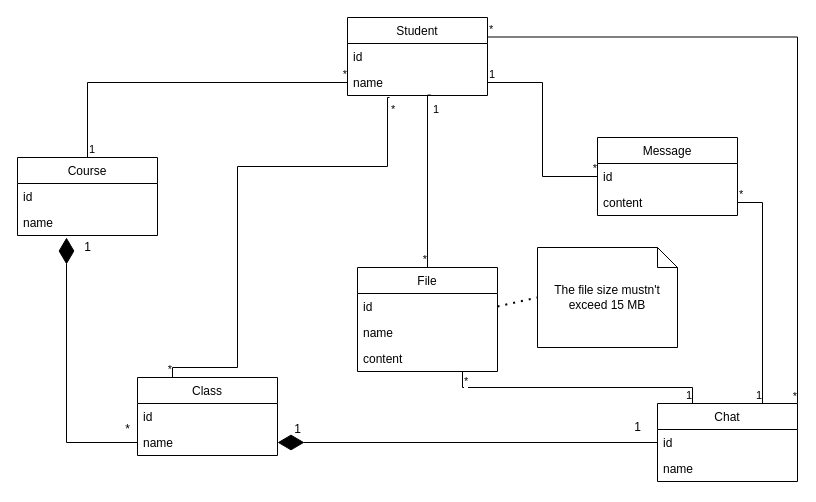
Earlier version of the draw.io diagram img/drafts/DomainModel.drawio (afs202005277/UniChat). Source tidied: cells renumbered, new cells numbered last; positions are measured from the earlier drawing's top-left corner, leaving out a move shared by most shapes. Both pictures are drawn from the tidied source at 100%, with x=0, y=0 at pixel (17, 17).
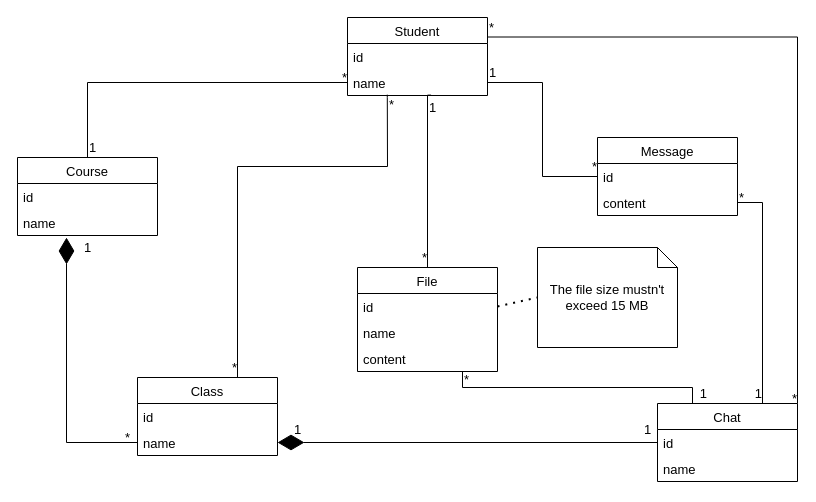
Above is the later version.

What changed in the source:
```diff
@@
-    <mxCell id="2" value="Student" style="swimlane;fontStyle=0;horizontal=1;startSize=26;fillColor=none;" parent="1" vertex="1">
+    <mxCell id="2" value="Student" style="swimlane;fontStyle=0;horizontal=1;startSize=26;fillColor=none;fontSize=13;" parent="1" vertex="1">
       <mxGeometry x="330" width="140" height="78" as="geometry" />
     </mxCell>
-    <mxCell id="3" value="id" style="text;strokeColor=none;fillColor=none;align=left;verticalAlign=top;spacingLeft=4;spacingRight=4;overflow=hidden;" parent="2" vertex="1">
+    <mxCell id="3" value="id" style="text;strokeColor=none;fillColor=none;align=left;verticalAlign=top;spacingLeft=4;spacingRight=4;overflow=hidden;fontSize=13;" parent="2" vertex="1">
       <mxGeometry y="26" width="140" height="26" as="geometry" />
     </mxCell>
-    <mxCell id="4" value="name" style="text;strokeColor=none;fillColor=none;align=left;verticalAlign=top;spacingLeft=4;spacingRight=4;overflow=hidden;points=[[0,0.5],[1,0.5]];portConstraint=eastwest;" parent="2" vertex="1">
+    <mxCell id="4" value="name" style="text;strokeColor=none;fillColor=none;align=left;verticalAlign=top;spacingLeft=4;spacingRight=4;overflow=hidden;points=[[0,0.5],[1,0.5]];portConstraint=eastwest;fontSize=13;" parent="2" vertex="1">
       <mxGeometry y="52" width="140" height="26" as="geometry" />
     </mxCell>
-    <mxCell id="5" value="Course" style="swimlane;fontStyle=0;horizontal=1;startSize=26;fillColor=none;" parent="1" vertex="1">
+    <mxCell id="5" value="Course" style="swimlane;fontStyle=0;horizontal=1;startSize=26;fillColor=none;fontSize=13;" parent="1" vertex="1">
       <mxGeometry y="140" width="140" height="78" as="geometry" />
     </mxCell>
-    <mxCell id="6" value="id" style="text;strokeColor=none;fillColor=none;align=left;verticalAlign=top;spacingLeft=4;spacingRight=4;overflow=hidden;" parent="5" vertex="1">
+    <mxCell id="6" value="id" style="text;strokeColor=none;fillColor=none;align=left;verticalAlign=top;spacingLeft=4;spacingRight=4;overflow=hidden;fontSize=13;" parent="5" vertex="1">
       <mxGeometry y="26" width="140" height="26" as="geometry" />
     </mxCell>
-    <mxCell id="7" value="name" style="text;strokeColor=none;fillColor=none;align=left;verticalAlign=top;spacingLeft=4;spacingRight=4;overflow=hidden;" parent="5" vertex="1">
+    <mxCell id="7" value="name" style="text;strokeColor=none;fillColor=none;align=left;verticalAlign=top;spacingLeft=4;spacingRight=4;overflow=hidden;fontSize=13;" parent="5" vertex="1">
       <mxGeometry y="52" width="140" height="26" as="geometry" />
     </mxCell>
-    <mxCell id="8" value="Class" style="swimlane;fontStyle=0;horizontal=1;startSize=26;fillColor=none;" parent="1" vertex="1">
+    <mxCell id="8" value="Class" style="swimlane;fontStyle=0;horizontal=1;startSize=26;fillColor=none;fontSize=13;" parent="1" vertex="1">
       <mxGeometry x="120" y="360" width="140" height="78" as="geometry" />
     </mxCell>
-    <mxCell id="9" value="id" style="text;strokeColor=none;fillColor=none;align=left;verticalAlign=top;spacingLeft=4;spacingRight=4;overflow=hidden;points=[[0,0.5],[1,0.5]];portConstraint=eastwest;" parent="8" vertex="1">
+    <mxCell id="9" value="id" style="text;strokeColor=none;fillColor=none;align=left;verticalAlign=top;spacingLeft=4;spacingRight=4;overflow=hidden;points=[[0,0.5],[1,0.5]];portConstraint=eastwest;fontSize=13;" parent="8" vertex="1">
       <mxGeometry y="26" width="140" height="26" as="geometry" />
     </mxCell>
-    <mxCell id="10" value="name" style="text;strokeColor=none;fillColor=none;align=left;verticalAlign=top;spacingLeft=4;spacingRight=4;overflow=hidden;points=[[0,0.5],[1,0.5]];portConstraint=eastwest;" parent="8" vertex="1">
+    <mxCell id="10" value="name" style="text;strokeColor=none;fillColor=none;align=left;verticalAlign=top;spacingLeft=4;spacingRight=4;overflow=hidden;points=[[0,0.5],[1,0.5]];portConstraint=eastwest;fontSize=13;" parent="8" vertex="1">
       <mxGeometry y="52" width="140" height="26" as="geometry" />
     </mxCell>
-    <mxCell id="11" value="Chat" style="swimlane;fontStyle=0;horizontal=1;startSize=26;fillColor=none;" parent="1" vertex="1">
+    <mxCell id="11" value="Chat" style="swimlane;fontStyle=0;horizontal=1;startSize=26;fillColor=none;fontSize=13;" parent="1" vertex="1">
       <mxGeometry x="640" y="386" width="140" height="78" as="geometry" />
     </mxCell>
-    <mxCell id="12" value="id" style="text;strokeColor=none;fillColor=none;align=left;verticalAlign=top;spacingLeft=4;spacingRight=4;overflow=hidden;points=[[0,0.5],[1,0.5]];portConstraint=eastwest;" parent="11" vertex="1">
+    <mxCell id="12" value="id" style="text;strokeColor=none;fillColor=none;align=left;verticalAlign=top;spacingLeft=4;spacingRight=4;overflow=hidden;points=[[0,0.5],[1,0.5]];portConstraint=eastwest;fontSize=13;" parent="11" vertex="1">
       <mxGeometry y="26" width="140" height="26" as="geometry" />
     </mxCell>
-    <mxCell id="13" value="name" style="text;strokeColor=none;fillColor=none;align=left;verticalAlign=top;spacingLeft=4;spacingRight=4;overflow=hidden;" parent="11" vertex="1">
+    <mxCell id="13" value="name" style="text;strokeColor=none;fillColor=none;align=left;verticalAlign=top;spacingLeft=4;spacingRight=4;overflow=hidden;fontSize=13;" parent="11" vertex="1">
       <mxGeometry y="52" width="140" height="26" as="geometry" />
     </mxCell>
-    <mxCell id="14" style="endArrow=none;html=1;edgeStyle=orthogonalEdgeStyle;rounded=0;entryX=0;entryY=0.5;entryDx=0;entryDy=0;exitX=0.5;exitY=0;exitDx=0;exitDy=0;" parent="1" edge="1" source="5" target="4">
+    <mxCell id="14" style="endArrow=none;html=1;edgeStyle=orthogonalEdgeStyle;rounded=0;entryX=0;entryY=0.5;entryDx=0;entryDy=0;exitX=0.5;exitY=0;exitDx=0;exitDy=0;fontSize=13;" parent="1" edge="1" source="5" target="4">
       <mxGeometry relative="1" as="geometry" />
     </mxCell>
-    <mxCell id="15" value="1" style="edgeLabel;html=1;align=left;verticalAlign=bottom;" parent="14" vertex="1">
+    <mxCell id="15" value="1" style="edgeLabel;html=1;align=left;verticalAlign=bottom;fontSize=13;" parent="14" vertex="1">
       <mxGeometry x="-1" relative="1" as="geometry" />
     </mxCell>
-    <mxCell id="16" value="*" style="edgeLabel;html=1;align=right;verticalAlign=bottom;" parent="14" vertex="1">
-      <mxGeometry x="1" relative="1" as="geometry" />
+    <mxCell id="16" value="&lt;font style=&quot;font-size: 13px&quot;&gt;*&lt;/font&gt;" style="edgeLabel;html=1;align=right;verticalAlign=bottom;labelBackgroundColor=none;fontSize=13;" parent="14" vertex="1">
+      <mxGeometry x="1" relative="1" as="geometry">
+        <mxPoint y="5" as="offset" />
+      </mxGeometry>
     </mxCell>
-    <mxCell id="17" style="endArrow=none;html=1;edgeStyle=orthogonalEdgeStyle;rounded=0;entryX=0.25;entryY=0;entryDx=0;entryDy=0;exitX=0.3;exitY=1.077;exitDx=0;exitDy=0;exitPerimeter=0;" parent="1" edge="1" source="4" target="8">
+    <mxCell id="17" style="endArrow=none;html=1;edgeStyle=orthogonalEdgeStyle;rounded=0;entryX=0.25;entryY=0;entryDx=0;entryDy=0;exitX=0.284;exitY=0.968;exitDx=0;exitDy=0;exitPerimeter=0;fontSize=13;" parent="1" edge="1" source="4" target="8">
       <mxGeometry relative="1" as="geometry">
         <Array as="points">
           <mxPoint x="370" y="80" />
           <mxPoint x="370" y="149" />
           <mxPoint x="220" y="149" />
-          <mxPoint x="220" y="350" />
+          <mxPoint x="220" y="360" />
         </Array>
       </mxGeometry>
     </mxCell>
-    <mxCell id="18" value="*&lt;br&gt;" style="edgeLabel;html=1;align=left;verticalAlign=bottom;" parent="17" vertex="1">
+    <mxCell id="18" value="*&lt;br style=&quot;font-size: 13px;&quot;&gt;" style="edgeLabel;html=1;align=left;verticalAlign=bottom;fontSize=13;" parent="17" vertex="1">
       <mxGeometry x="-1" relative="1" as="geometry">
         <mxPoint y="20" as="offset" />
       </mxGeometry>
     </mxCell>
-    <mxCell id="19" value="*" style="edgeLabel;html=1;align=right;verticalAlign=bottom;" parent="17" vertex="1">
-      <mxGeometry x="1" relative="1" as="geometry" />
+    <mxCell id="19" value="&lt;font style=&quot;font-size: 13px;&quot;&gt;*&lt;/font&gt;" style="edgeLabel;html=1;align=right;verticalAlign=bottom;fontSize=13;" parent="17" vertex="1">
+      <mxGeometry x="1" relative="1" as="geometry">
+        <mxPoint x="65" as="offset" />
+      </mxGeometry>
     </mxCell>
-    <mxCell id="20" style="endArrow=none;html=1;edgeStyle=orthogonalEdgeStyle;rounded=0;exitX=1;exitY=0.25;exitDx=0;exitDy=0;entryX=1;entryY=0;entryDx=0;entryDy=0;" parent="1" edge="1" source="2" target="11">
+    <mxCell id="20" style="endArrow=none;html=1;edgeStyle=orthogonalEdgeStyle;rounded=0;exitX=1;exitY=0.25;exitDx=0;exitDy=0;entryX=1;entryY=0;entryDx=0;entryDy=0;fontSize=13;" parent="1" edge="1" source="2" target="11">
       <mxGeometry relative="1" as="geometry" />
     </mxCell>
-    <mxCell id="21" value="*" style="edgeLabel;html=1;align=left;verticalAlign=bottom;" parent="20" vertex="1">
+    <mxCell id="21" value="*" style="edgeLabel;html=1;align=left;verticalAlign=bottom;fontSize=13;" parent="20" vertex="1">
       <mxGeometry x="-1" relative="1" as="geometry" />
     </mxCell>
-    <mxCell id="22" value="*" style="edgeLabel;html=1;align=right;verticalAlign=bottom;" parent="20" vertex="1">
-      <mxGeometry x="1" relative="1" as="geometry" />
+    <mxCell id="22" value="*" style="edgeLabel;html=1;align=right;verticalAlign=bottom;fontSize=13;labelBackgroundColor=none;" parent="20" vertex="1">
+      <mxGeometry x="1" relative="1" as="geometry">
+        <mxPoint y="4" as="offset" />
+      </mxGeometry>
     </mxCell>
-    <mxCell id="23" value="Message" style="swimlane;fontStyle=0;horizontal=1;startSize=26;fillColor=none;" parent="1" vertex="1">
+    <mxCell id="23" value="Message" style="swimlane;fontStyle=0;horizontal=1;startSize=26;fillColor=none;fontSize=13;" parent="1" vertex="1">
       <mxGeometry x="580" y="120" width="140" height="78" as="geometry" />
     </mxCell>
-    <mxCell id="24" value="id" style="text;strokeColor=none;fillColor=none;align=left;verticalAlign=top;spacingLeft=4;spacingRight=4;overflow=hidden;points=[[0,0.5],[1,0.5]];portConstraint=eastwest;" parent="23" vertex="1">
+    <mxCell id="24" value="id" style="text;strokeColor=none;fillColor=none;align=left;verticalAlign=top;spacingLeft=4;spacingRight=4;overflow=hidden;points=[[0,0.5],[1,0.5]];portConstraint=eastwest;fontSize=13;" parent="23" vertex="1">
       <mxGeometry y="26" width="140" height="26" as="geometry" />
     </mxCell>
-    <mxCell id="25" value="content" style="text;strokeColor=none;fillColor=none;align=left;verticalAlign=top;spacingLeft=4;spacingRight=4;overflow=hidden;points=[[0,0.5],[1,0.5]];portConstraint=eastwest;" parent="23" vertex="1">
+    <mxCell id="25" value="content" style="text;strokeColor=none;fillColor=none;align=left;verticalAlign=top;spacingLeft=4;spacingRight=4;overflow=hidden;points=[[0,0.5],[1,0.5]];portConstraint=eastwest;fontSize=13;" parent="23" vertex="1">
       <mxGeometry y="52" width="140" height="26" as="geometry" />
     </mxCell>
-    <mxCell id="26" value="File" style="swimlane;fontStyle=0;horizontal=1;startSize=26;fillColor=none;" parent="1" vertex="1">
+    <mxCell id="26" value="File" style="swimlane;fontStyle=0;horizontal=1;startSize=26;fillColor=none;fontSize=13;" parent="1" vertex="1">
       <mxGeometry x="340" y="250" width="140" height="104" as="geometry" />
     </mxCell>
-    <mxCell id="27" value="id" style="text;strokeColor=none;fillColor=none;align=left;verticalAlign=top;spacingLeft=4;spacingRight=4;overflow=hidden;points=[[0,0.5],[1,0.5]];portConstraint=eastwest;" parent="26" vertex="1">
+    <mxCell id="27" value="id" style="text;strokeColor=none;fillColor=none;align=left;verticalAlign=top;spacingLeft=4;spacingRight=4;overflow=hidden;points=[[0,0.5],[1,0.5]];portConstraint=eastwest;fontSize=13;" parent="26" vertex="1">
       <mxGeometry y="26" width="140" height="26" as="geometry" />
     </mxCell>
-    <mxCell id="28" value="name" style="text;strokeColor=none;fillColor=none;align=left;verticalAlign=top;spacingLeft=4;spacingRight=4;overflow=hidden;" parent="26" vertex="1">
+    <mxCell id="28" value="name" style="text;strokeColor=none;fillColor=none;align=left;verticalAlign=top;spacingLeft=4;spacingRight=4;overflow=hidden;fontSize=13;" parent="26" vertex="1">
       <mxGeometry y="52" width="140" height="26" as="geometry" />
     </mxCell>
-    <mxCell id="29" value="content" style="text;strokeColor=none;fillColor=none;align=left;verticalAlign=top;spacingLeft=4;spacingRight=4;overflow=hidden;" parent="26" vertex="1">
+    <mxCell id="29" value="content" style="text;strokeColor=none;fillColor=none;align=left;verticalAlign=top;spacingLeft=4;spacingRight=4;overflow=hidden;fontSize=13;" parent="26" vertex="1">
       <mxGeometry y="78" width="140" height="26" as="geometry" />
     </mxCell>
-    <mxCell id="30" style="endArrow=none;html=1;edgeStyle=orthogonalEdgeStyle;rounded=0;exitX=1;exitY=0.5;exitDx=0;exitDy=0;entryX=0;entryY=0.5;entryDx=0;entryDy=0;" parent="1" edge="1" source="4" target="24">
+    <mxCell id="30" style="endArrow=none;html=1;edgeStyle=orthogonalEdgeStyle;rounded=0;exitX=1;exitY=0.5;exitDx=0;exitDy=0;entryX=0;entryY=0.5;entryDx=0;entryDy=0;fontSize=13;" parent="1" edge="1" source="4" target="24">
       <mxGeometry relative="1" as="geometry" />
     </mxCell>
-    <mxCell id="31" value="1" style="edgeLabel;html=1;align=left;verticalAlign=bottom;" parent="30" vertex="1">
+    <mxCell id="31" value="1" style="edgeLabel;html=1;align=left;verticalAlign=bottom;fontSize=13;" parent="30" vertex="1">
       <mxGeometry x="-1" relative="1" as="geometry" />
     </mxCell>
-    <mxCell id="32" value="*" style="edgeLabel;html=1;align=right;verticalAlign=bottom;" parent="30" vertex="1">
+    <mxCell id="32" value="*" style="edgeLabel;html=1;align=right;verticalAlign=bottom;fontSize=13;" parent="30" vertex="1">
       <mxGeometry x="1" relative="1" as="geometry" />
     </mxCell>
-    <mxCell id="33" style="endArrow=none;html=1;edgeStyle=orthogonalEdgeStyle;rounded=0;exitX=0.75;exitY=1;exitDx=0;exitDy=0;entryX=0.25;entryY=0;entryDx=0;entryDy=0;" parent="1" edge="1" source="26" target="11">
+    <mxCell id="33" style="endArrow=none;html=1;edgeStyle=orthogonalEdgeStyle;rounded=0;exitX=0.75;exitY=1;exitDx=0;exitDy=0;entryX=0.25;entryY=0;entryDx=0;entryDy=0;fontSize=13;" parent="1" edge="1" source="26" target="11">
       <mxGeometry relative="1" as="geometry" />
     </mxCell>
-    <mxCell id="34" value="*" style="edgeLabel;html=1;align=left;verticalAlign=bottom;" parent="33" vertex="1">
+    <mxCell id="34" value="*" style="edgeLabel;html=1;align=left;verticalAlign=bottom;fontSize=13;labelBackgroundColor=none;" parent="33" vertex="1">
       <mxGeometry x="-1" relative="1" as="geometry">
         <mxPoint y="18" as="offset" />
       </mxGeometry>
     </mxCell>
-    <mxCell id="35" value="1" style="edgeLabel;html=1;align=right;verticalAlign=bottom;" parent="33" vertex="1">
-      <mxGeometry x="1" relative="1" as="geometry" />
+    <mxCell id="35" value="1" style="edgeLabel;html=1;align=right;verticalAlign=bottom;fontSize=13;labelBackgroundColor=none;" parent="33" vertex="1">
+      <mxGeometry x="1" relative="1" as="geometry">
+        <mxPoint x="15" as="offset" />
+      </mxGeometry>
     </mxCell>
-    <mxCell id="36" style="endArrow=none;html=1;edgeStyle=orthogonalEdgeStyle;rounded=0;exitX=1;exitY=0.5;exitDx=0;exitDy=0;entryX=0.75;entryY=0;entryDx=0;entryDy=0;" parent="1" edge="1" source="25" target="11">
+    <mxCell id="36" style="endArrow=none;html=1;edgeStyle=orthogonalEdgeStyle;rounded=0;exitX=1;exitY=0.5;exitDx=0;exitDy=0;entryX=0.75;entryY=0;entryDx=0;entryDy=0;fontSize=13;" parent="1" edge="1" source="25" target="11">
       <mxGeometry relative="1" as="geometry" />
     </mxCell>
-    <mxCell id="37" value="*" style="edgeLabel;html=1;align=left;verticalAlign=bottom;" parent="36" vertex="1">
-      <mxGeometry x="-1" relative="1" as="geometry" />
+    <mxCell id="37" value="*" style="edgeLabel;html=1;align=left;verticalAlign=bottom;fontSize=13;labelBackgroundColor=none;" parent="36" vertex="1">
+      <mxGeometry x="-1" relative="1" as="geometry">
+        <mxPoint y="5" as="offset" />
+      </mxGeometry>
     </mxCell>
-    <mxCell id="38" value="1" style="edgeLabel;html=1;align=right;verticalAlign=bottom;" parent="36" vertex="1">
+    <mxCell id="38" value="1" style="edgeLabel;html=1;align=right;verticalAlign=bottom;fontSize=13;labelBackgroundColor=none;" parent="36" vertex="1">
       <mxGeometry x="1" relative="1" as="geometry" />
     </mxCell>
-    <mxCell id="39" style="endArrow=none;html=1;edgeStyle=orthogonalEdgeStyle;rounded=0;exitX=0.597;exitY=0.985;exitDx=0;exitDy=0;exitPerimeter=0;entryX=0.5;entryY=0;entryDx=0;entryDy=0;" parent="1" edge="1" source="4" target="26">
+    <mxCell id="39" style="endArrow=none;html=1;edgeStyle=orthogonalEdgeStyle;rounded=0;exitX=0.597;exitY=0.985;exitDx=0;exitDy=0;exitPerimeter=0;entryX=0.5;entryY=0;entryDx=0;entryDy=0;fontSize=13;" parent="1" edge="1" source="4" target="26">
       <mxGeometry relative="1" as="geometry">
         <Array as="points">
           <mxPoint x="410" y="78" />
         </Array>
       </mxGeometry>
     </mxCell>
-    <mxCell id="40" value="1" style="edgeLabel;html=1;align=left;verticalAlign=bottom;" parent="39" vertex="1">
+    <mxCell id="40" value="1" style="edgeLabel;html=1;align=left;verticalAlign=bottom;fontSize=13;" parent="39" vertex="1">
       <mxGeometry x="-1" relative="1" as="geometry">
-        <mxPoint y="22" as="offset" />
+        <mxPoint x="-4" y="22" as="offset" />
       </mxGeometry>
     </mxCell>
-    <mxCell id="41" value="*" style="edgeLabel;html=1;align=right;verticalAlign=bottom;" parent="39" vertex="1">
+    <mxCell id="41" value="*" style="edgeLabel;html=1;align=right;verticalAlign=bottom;fontSize=13;labelBackgroundColor=none;" parent="39" vertex="1">
       <mxGeometry x="1" relative="1" as="geometry" />
     </mxCell>
-    <mxCell id="42" style="endArrow=diamondThin;endFill=1;endSize=24;html=1;rounded=0;entryX=1;entryY=0.5;entryDx=0;entryDy=0;exitX=0;exitY=0.5;exitDx=0;exitDy=0;" parent="1" edge="1" source="12" target="10">
+    <mxCell id="42" style="endArrow=diamondThin;endFill=1;endSize=24;html=1;rounded=0;entryX=1;entryY=0.5;entryDx=0;entryDy=0;exitX=0;exitY=0.5;exitDx=0;exitDy=0;fontSize=13;" parent="1" edge="1" source="12" target="10">
       <mxGeometry relative="1" as="geometry" />
     </mxCell>
-    <mxCell id="43" value="1" style="text;html=1;align=center;verticalAlign=middle;strokeColor=none;fillColor=none;" parent="1" vertex="1">
+    <mxCell id="43" value="&lt;font style=&quot;font-size: 13px&quot;&gt;1&lt;/font&gt;" style="text;html=1;align=center;verticalAlign=middle;strokeColor=none;fillColor=none;fontSize=13;" parent="1" vertex="1">
       <mxGeometry x="270" y="402" width="20" height="20" as="geometry" />
     </mxCell>
-    <mxCell id="44" value="1" style="text;html=1;align=center;verticalAlign=middle;strokeColor=none;fillColor=none;" parent="1" vertex="1">
-      <mxGeometry x="610" y="400" width="20" height="20" as="geometry" />
+    <mxCell id="44" value="&lt;font style=&quot;font-size: 13px&quot;&gt;1&lt;/font&gt;" style="text;html=1;align=center;verticalAlign=middle;strokeColor=none;fillColor=none;fontSize=13;" parent="1" vertex="1">
+      <mxGeometry x="620" y="402" width="20" height="20" as="geometry" />
     </mxCell>
-    <mxCell id="45" style="endArrow=diamondThin;endFill=1;endSize=24;html=1;rounded=0;exitX=0;exitY=0.5;exitDx=0;exitDy=0;edgeStyle=orthogonalEdgeStyle;" parent="1" edge="1" source="9">
+    <mxCell id="45" style="endArrow=diamondThin;endFill=1;endSize=24;html=1;rounded=0;exitX=0;exitY=0.5;exitDx=0;exitDy=0;edgeStyle=orthogonalEdgeStyle;fontSize=13;" parent="1" edge="1" source="9">
       <mxGeometry relative="1" as="geometry">
         <mxPoint x="49" y="220" as="targetPoint" />
         <Array as="points">
           <mxPoint x="49" y="425" />
         </Array>
       </mxGeometry>
     </mxCell>
-    <mxCell id="46" value="1" style="text;html=1;align=center;verticalAlign=middle;strokeColor=none;fillColor=none;" parent="1" vertex="1">
+    <mxCell id="46" value="&lt;font style=&quot;font-size: 13px&quot;&gt;1&lt;/font&gt;" style="text;html=1;align=center;verticalAlign=middle;strokeColor=none;fillColor=none;fontSize=13;" parent="1" vertex="1">
       <mxGeometry x="60" y="220" width="20" height="20" as="geometry" />
     </mxCell>
-    <mxCell id="47" value="*" style="text;html=1;align=center;verticalAlign=middle;strokeColor=none;fillColor=none;" parent="1" vertex="1">
-      <mxGeometry x="100" y="402" width="20" height="20" as="geometry" />
+    <mxCell id="47" value="&lt;font style=&quot;font-size: 13px&quot;&gt;*&lt;/font&gt;" style="text;html=1;align=center;verticalAlign=middle;strokeColor=none;fillColor=none;fontSize=13;" parent="1" vertex="1">
+      <mxGeometry x="100" y="410" width="20" height="20" as="geometry" />
     </mxCell>
-    <mxCell id="48" value="The file size mustn't exceed 15 MB" style="shape=note;size=20;whiteSpace=wrap;html=1;" parent="1" vertex="1">
+    <mxCell id="48" value="The file size mustn't exceed 15 MB" style="shape=note;size=20;whiteSpace=wrap;html=1;fontSize=13;" parent="1" vertex="1">
       <mxGeometry x="520" y="230" width="140" height="100" as="geometry" />
     </mxCell>
-    <mxCell id="49" style="endArrow=none;dashed=1;html=1;dashPattern=1 3;strokeWidth=2;rounded=0;entryX=0;entryY=0.5;entryDx=0;entryDy=0;entryPerimeter=0;exitX=1;exitY=0.5;exitDx=0;exitDy=0;" parent="1" edge="1" source="27" target="48">
+    <mxCell id="49" style="endArrow=none;dashed=1;html=1;dashPattern=1 3;strokeWidth=2;rounded=0;entryX=0;entryY=0.5;entryDx=0;entryDy=0;entryPerimeter=0;exitX=1;exitY=0.5;exitDx=0;exitDy=0;fontSize=13;" parent="1" edge="1" source="27" target="48">
       <mxGeometry relative="1" as="geometry" />
     </mxCell>
```
